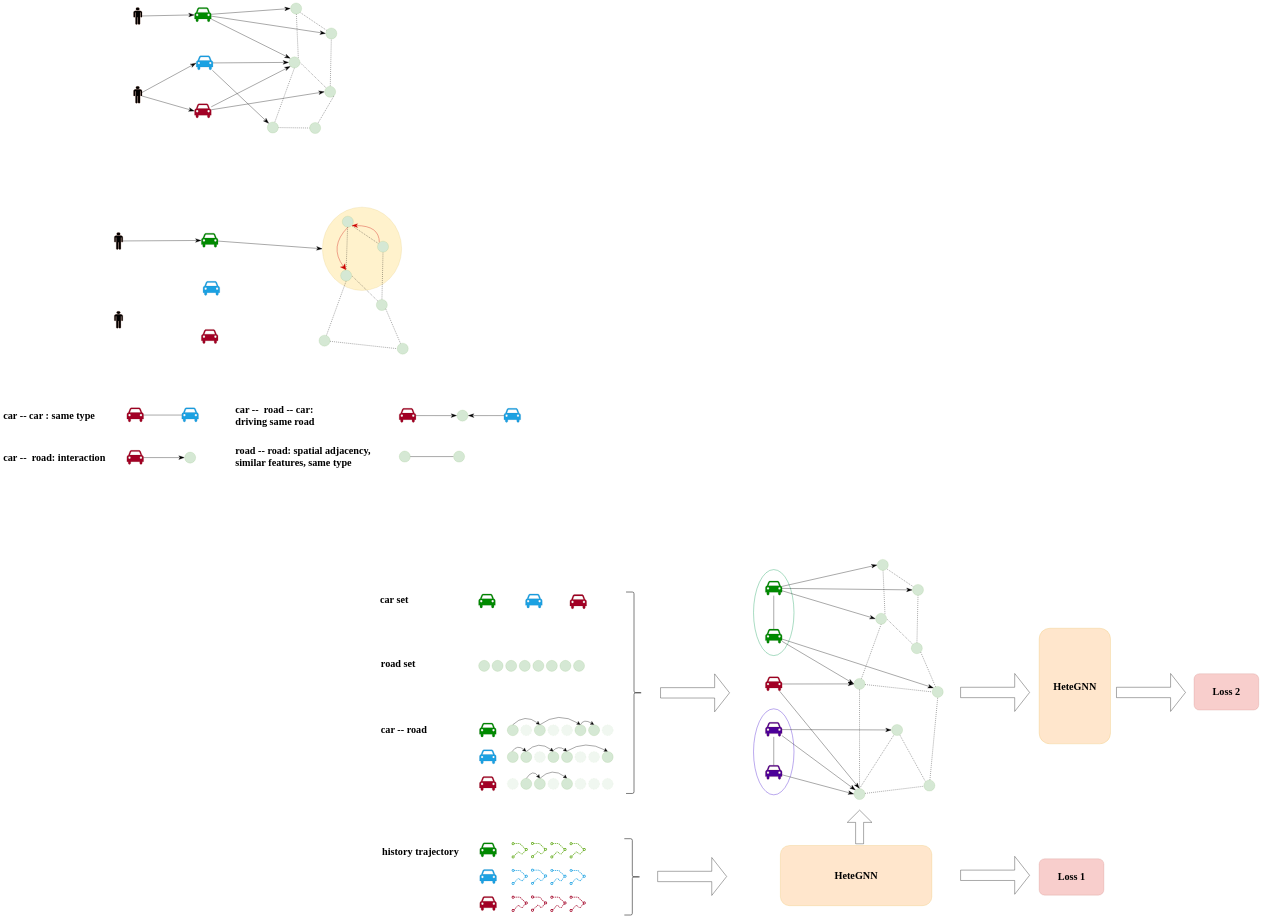
The draw.io diagram 车辆能耗预测.drawio in GPlaying/brain_map, before the edit. Source tidied: cells renumbered, new cells numbered last; positions are measured from the earlier drawing's top-left corner, leaving out a move shared by most shapes. Both pictures are drawn from the tidied source at 17%, with x=0, y=0 at pixel (3, 3).
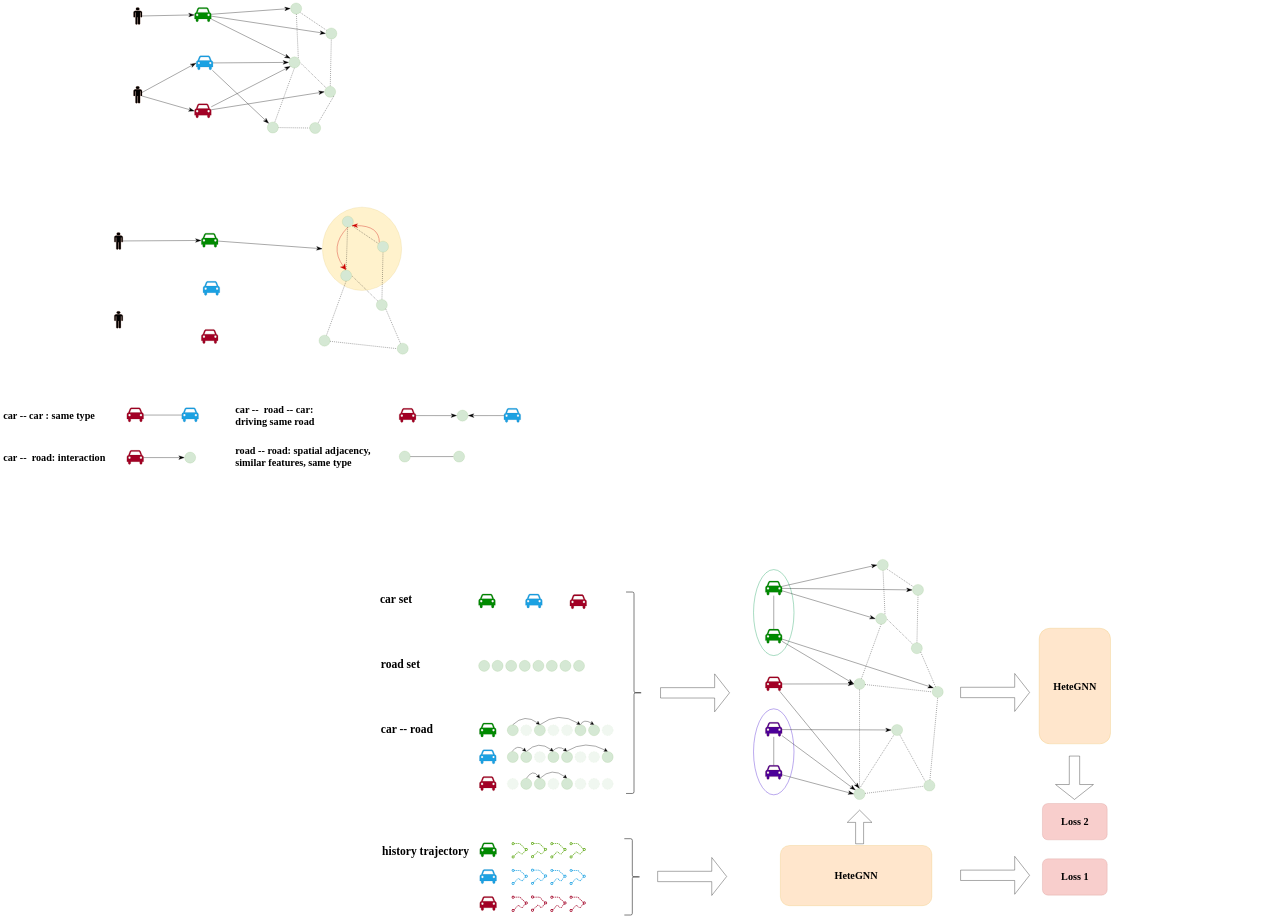
The same diagram, later.

Commit message:
更新车辆能耗预测.drawio

The edit, as a diff of the source:
```diff
@@
-    <mxCell id="114" value="&lt;font size=&quot;1&quot; face=&quot;Times New Roman&quot;&gt;&lt;b style=&quot;font-size: 60px;&quot;&gt;car set&lt;/b&gt;&lt;/font&gt;" style="text;html=1;strokeColor=none;fillColor=none;align=left;verticalAlign=middle;whiteSpace=wrap;rounded=0;fontSize=11;fontFamily=Helvetica;fontColor=default;" parent="1" vertex="1">
+    <mxCell id="114" value="&lt;font style=&quot;font-size: 68px;&quot;&gt;&lt;b style=&quot;font-size: 68px;&quot;&gt;car set&lt;/b&gt;&lt;/font&gt;" style="text;html=1;strokeColor=none;fillColor=none;align=left;verticalAlign=middle;whiteSpace=wrap;rounded=0;fontSize=68;fontFamily=Times New Roman;fontColor=default;" parent="1" vertex="1">
       <mxGeometry x="2216" y="3429.8" width="275" height="158.5" as="geometry" />
     </mxCell>
-    <mxCell id="115" value="&lt;font size=&quot;1&quot; face=&quot;Times New Roman&quot;&gt;&lt;b style=&quot;font-size: 60px;&quot;&gt;road set&lt;/b&gt;&lt;/font&gt;" style="text;html=1;strokeColor=none;fillColor=none;align=left;verticalAlign=middle;whiteSpace=wrap;rounded=0;fontSize=11;fontFamily=Helvetica;fontColor=default;" parent="1" vertex="1">
+    <mxCell id="115" value="&lt;font style=&quot;font-size: 68px;&quot;&gt;&lt;b style=&quot;font-size: 68px;&quot;&gt;road set&lt;/b&gt;&lt;/font&gt;" style="text;html=1;strokeColor=none;fillColor=none;align=left;verticalAlign=middle;whiteSpace=wrap;rounded=0;fontSize=68;fontFamily=Times New Roman;fontColor=default;" parent="1" vertex="1">
       <mxGeometry x="2221" y="3808" width="275" height="158.5" as="geometry" />
     </mxCell>
@@
-    <mxCell id="124" value="&lt;font face=&quot;Times New Roman&quot;&gt;&lt;span style=&quot;font-size: 60px;&quot;&gt;&lt;b&gt;car -- road&lt;/b&gt;&lt;/span&gt;&lt;/font&gt;" style="text;html=1;strokeColor=none;fillColor=none;align=left;verticalAlign=middle;whiteSpace=wrap;rounded=0;fontSize=11;fontFamily=Helvetica;fontColor=default;" parent="1" vertex="1">
-      <mxGeometry x="2221" y="4193.4" width="275" height="158.5" as="geometry" />
+    <mxCell id="124" value="&lt;font style=&quot;font-size: 68px;&quot;&gt;&lt;span style=&quot;font-size: 68px;&quot;&gt;&lt;b style=&quot;font-size: 68px;&quot;&gt;car -- road&lt;/b&gt;&lt;/span&gt;&lt;/font&gt;" style="text;html=1;strokeColor=none;fillColor=none;align=left;verticalAlign=middle;whiteSpace=wrap;rounded=0;fontSize=68;fontFamily=Times New Roman;fontColor=default;" parent="1" vertex="1">
+      <mxGeometry x="2221" y="4193.4" width="348" height="158.5" as="geometry" />
     </mxCell>
@@
-    <mxCell id="161" value="&lt;font face=&quot;Times New Roman&quot;&gt;&lt;span style=&quot;font-size: 60px;&quot;&gt;&lt;b&gt;history trajectory&lt;/b&gt;&lt;/span&gt;&lt;/font&gt;" style="text;html=1;strokeColor=none;fillColor=none;align=left;verticalAlign=middle;whiteSpace=wrap;rounded=0;fontSize=11;fontFamily=Helvetica;fontColor=default;" parent="1" vertex="1">
-      <mxGeometry x="2228" y="4912" width="479" height="158.5" as="geometry" />
+    <mxCell id="161" value="&lt;font style=&quot;font-size: 68px;&quot;&gt;&lt;span style=&quot;font-size: 68px;&quot;&gt;&lt;b style=&quot;font-size: 68px;&quot;&gt;history trajectory&lt;/b&gt;&lt;/span&gt;&lt;/font&gt;" style="text;html=1;strokeColor=none;fillColor=none;align=left;verticalAlign=middle;whiteSpace=wrap;rounded=0;fontSize=68;fontFamily=Times New Roman;fontColor=default;" parent="1" vertex="1">
+      <mxGeometry x="2228" y="4912" width="569" height="158.5" as="geometry" />
     </mxCell>
@@
     <mxCell id="186" value="&lt;font size=&quot;1&quot; face=&quot;Times New Roman&quot;&gt;&lt;b style=&quot;font-size: 60px;&quot;&gt;Loss 1&lt;/b&gt;&lt;/font&gt;" style="rounded=1;whiteSpace=wrap;html=1;fontFamily=Helvetica;fontSize=51;fillColor=#f8cecc;strokeColor=#b85450;" parent="1" vertex="1">
-      <mxGeometry x="6095" y="5034.2" width="381" height="213.9" as="geometry" />
+      <mxGeometry x="6114.5" y="5034.2" width="381" height="213.9" as="geometry" />
     </mxCell>
     <mxCell id="187" value="&lt;font size=&quot;1&quot; face=&quot;Times New Roman&quot;&gt;&lt;b style=&quot;font-size: 60px;&quot;&gt;Loss 2&lt;/b&gt;&lt;/font&gt;" style="rounded=1;whiteSpace=wrap;html=1;fontFamily=Helvetica;fontSize=51;fillColor=#f8cecc;strokeColor=#b85450;" parent="1" vertex="1">
-      <mxGeometry x="7006" y="3945.6" width="381" height="213.9" as="geometry" />
+      <mxGeometry x="6114.5" y="4709" width="381" height="213.9" as="geometry" />
     </mxCell>
     <mxCell id="188" style="shape=flexArrow;endArrow=classic;html=1;rounded=0;labelBackgroundColor=default;strokeColor=default;strokeWidth=2;align=center;verticalAlign=middle;fontFamily=Helvetica;fontSize=11;fontColor=default;startSize=16;endSize=28.56666666666667;endWidth=160;width=60;" parent="1" edge="1">
       <mxGeometry relative="1" as="geometry">
-        <mxPoint x="6549" y="4055.8" as="sourcePoint" />
-        <mxPoint x="6957" y="4055.8" as="targetPoint" />
+        <mxPoint x="6303" y="4429" as="sourcePoint" />
+        <mxPoint x="6303" y="4686" as="targetPoint" />
       </mxGeometry>
     </mxCell>
```
